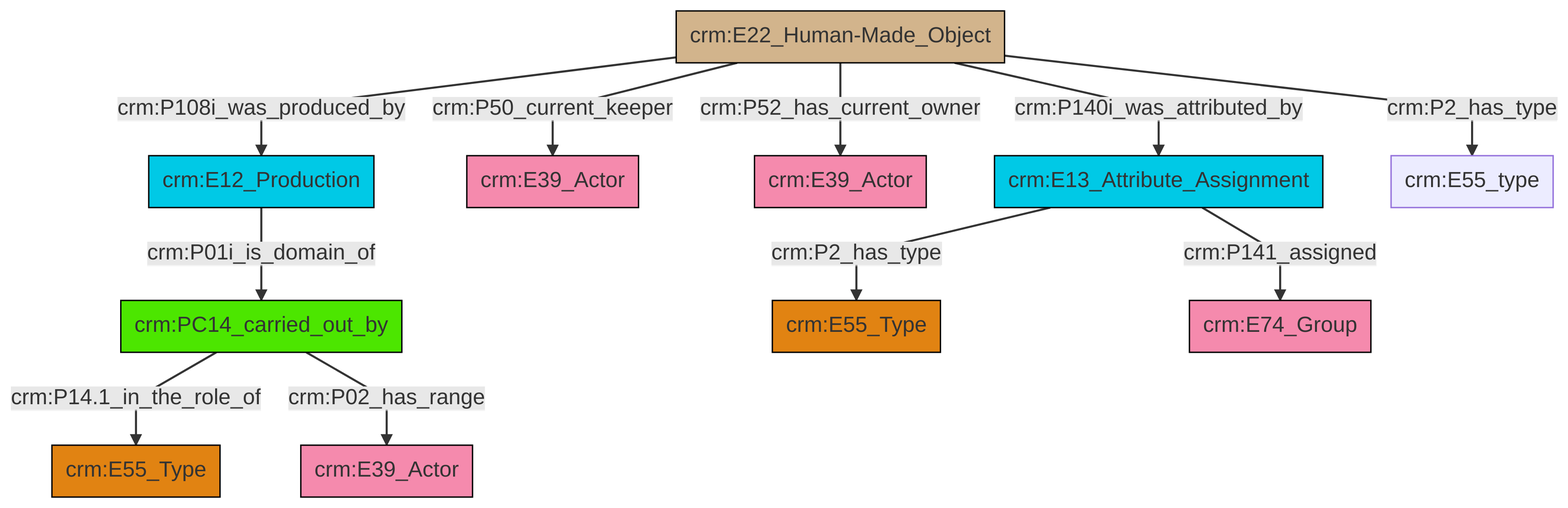
swiss-art-research-net/reference-data-models keeps this Mermaid diagram as et/artworkCSV/ttl/mmd/png/Artwork_Actor_Relations.png. Above is the earlier version. Its source is kept beside it as et/artworkCSV/ttl/mmd/Artwork_Actor_Relations.ttl.mmd.
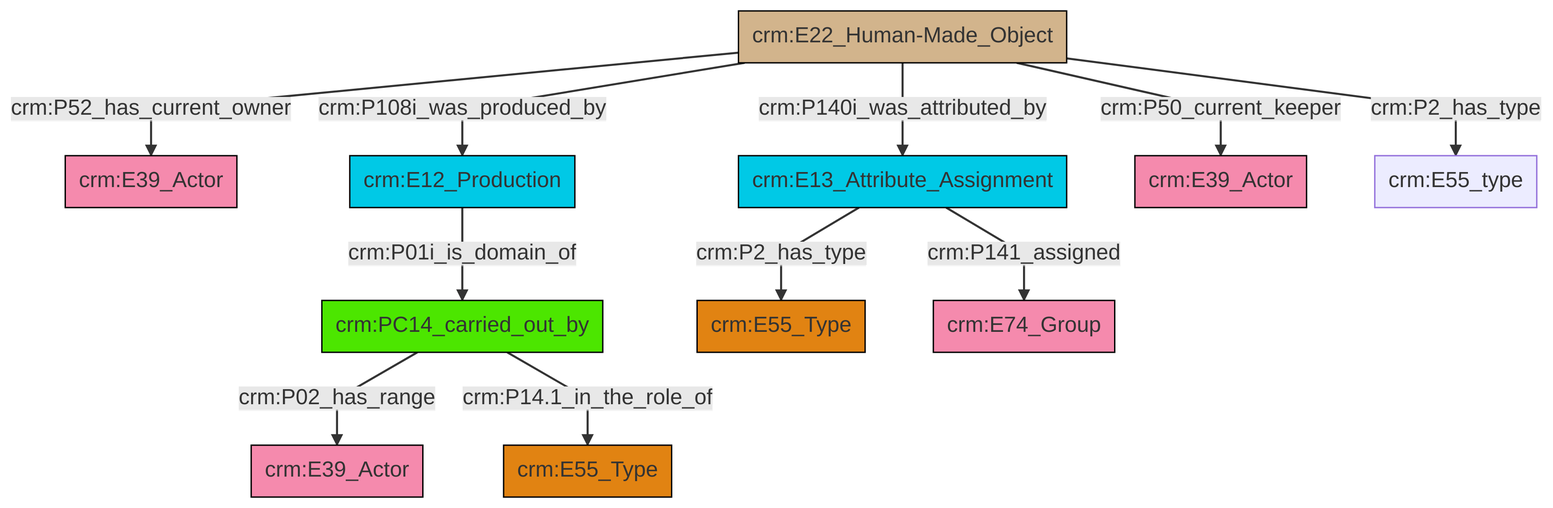
The same file after the commit.

The edit, as a diff of the source:
```diff
@@ -13,13 +13,13 @@
 classDef PC_Classes fill:#4ce600, stroke:#000000;
 classDef Multi fill:#cccccc,stroke:#000000;
 
-6["crm:E22_Human-Made_Object"]:::Physical_Thing -->|crm:P50_current_keeper| 7["crm:E39_Actor"]:::Actor
-6["crm:E22_Human-Made_Object"]:::Physical_Thing -->|crm:P52_has_current_owner| 8["crm:E39_Actor"]:::Actor
-6["crm:E22_Human-Made_Object"]:::Physical_Thing -->|crm:P108i_was_produced_by| 9["crm:E12_Production"]:::Temporal_Entity
-9["crm:E12_Production"]:::Temporal_Entity -->|crm:P01i_is_domain_of| 10["crm:PC14_carried_out_by"]:::PC_Classes
-10["crm:PC14_carried_out_by"]:::PC_Classes -->|crm:P14.1_in_the_role_of| 4["crm:E55_Type"]:::Type
-2["crm:E13_Attribute_Assignment"]:::Temporal_Entity -->|crm:P2_has_type| 11["crm:E55_Type"]:::Type
-6["crm:E22_Human-Made_Object"]:::Physical_Thing -->|crm:P140i_was_attributed_by| 2["crm:E13_Attribute_Assignment"]:::Temporal_Entity
-6["crm:E22_Human-Made_Object"]:::Physical_Thing -->|crm:P2_has_type| 15["crm:E55_type"]:::Default
-10["crm:PC14_carried_out_by"]:::PC_Classes -->|crm:P02_has_range| 0["crm:E39_Actor"]:::Actor
-2["crm:E13_Attribute_Assignment"]:::Temporal_Entity -->|crm:P141_assigned| 19["crm:E74_Group"]:::Actor
+2["crm:PC14_carried_out_by"]:::PC_Classes -->|crm:P02_has_range| 0["crm:E39_Actor"]:::Actor
+3["crm:E22_Human-Made_Object"]:::Physical_Thing -->|crm:P52_has_current_owner| 4["crm:E39_Actor"]:::Actor
+2["crm:PC14_carried_out_by"]:::PC_Classes -->|crm:P14.1_in_the_role_of| 5["crm:E55_Type"]:::Type
+3["crm:E22_Human-Made_Object"]:::Physical_Thing -->|crm:P108i_was_produced_by| 6["crm:E12_Production"]:::Temporal_Entity
+3["crm:E22_Human-Made_Object"]:::Physical_Thing -->|crm:P140i_was_attributed_by| 7["crm:E13_Attribute_Assignment"]:::Temporal_Entity
+6["crm:E12_Production"]:::Temporal_Entity -->|crm:P01i_is_domain_of| 2["crm:PC14_carried_out_by"]:::PC_Classes
+7["crm:E13_Attribute_Assignment"]:::Temporal_Entity -->|crm:P2_has_type| 10["crm:E55_Type"]:::Type
+7["crm:E13_Attribute_Assignment"]:::Temporal_Entity -->|crm:P141_assigned| 13["crm:E74_Group"]:::Actor
+3["crm:E22_Human-Made_Object"]:::Physical_Thing -->|crm:P50_current_keeper| 8["crm:E39_Actor"]:::Actor
+3["crm:E22_Human-Made_Object"]:::Physical_Thing -->|crm:P2_has_type| 17["crm:E55_type"]:::Default
```
